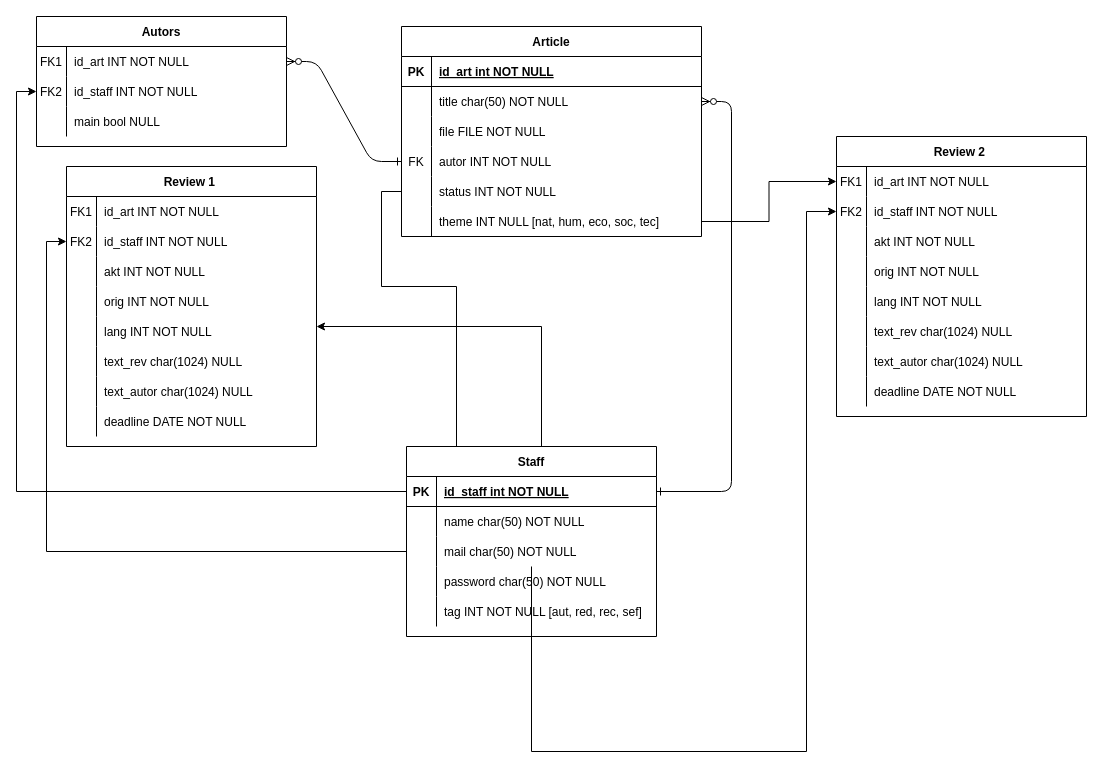
Before: diagrams/ER-DB.drawio in JKalina08/ssg_magazine, a draw.io diagram. Source tidied: cells renumbered, new cells numbered last; positions are measured from the earlier drawing's top-left corner, leaving out a move shared by most shapes. Both pictures are drawn from the tidied source at 100%, with x=0, y=0 at pixel (36, 16).
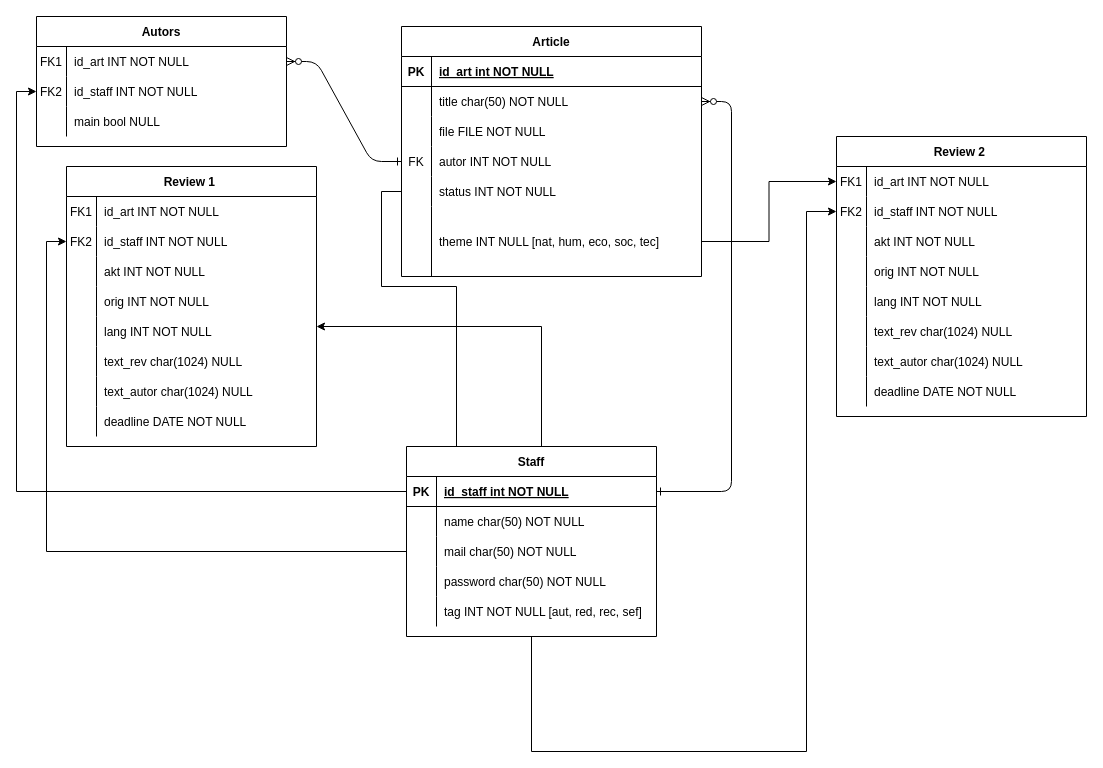
The same diagram, later.

Unchanged cells that the change refers to:
```xml
<mxCell id="63" style="shape=partialRectangle;fillColor=none;points=[[0,0.5],[1,0.5]];portConstraint=eastwest;top=0;left=0;right=0;bottom=0;" parent="59" vertex="1">
  <mxGeometry y="60" width="250" height="30" as="geometry" />
</mxCell>
<mxCell id="88" value="Staff" style="shape=table;startSize=30;childLayout=tableLayout;rowLines=0;fontStyle=1;align=center;" parent="1" vertex="1">
  <mxGeometry x="370" y="430" width="250" height="190" as="geometry" />
</mxCell>
<mxCell id="95" style="shape=partialRectangle;fillColor=none;points=[[0,0.5],[1,0.5]];portConstraint=eastwest;top=0;left=0;right=0;bottom=0;" parent="88" vertex="1">
  <mxGeometry y="90" width="250" height="30" as="geometry" />
</mxCell>
```

Diff of the diagram source:
```diff
@@
     <mxCell id="4" value="Article" style="shape=table;startSize=30;childLayout=tableLayout;rowLines=0;fontStyle=1;align=center;" parent="1" vertex="1">
-      <mxGeometry x="365" y="10" width="300" height="210" as="geometry" />
+      <mxGeometry x="365" y="10" width="300" height="250" as="geometry" />
     </mxCell>
@@
     <mxCell id="20" style="shape=partialRectangle;fillColor=none;points=[[0,0.5],[1,0.5]];portConstraint=eastwest;top=0;left=0;right=0;bottom=0;" parent="4" vertex="1">
-      <mxGeometry y="180" width="300" height="30" as="geometry" />
+      <mxGeometry y="180" width="300" height="70" as="geometry" />
     </mxCell>
     <mxCell id="21" style="shape=partialRectangle;overflow=hidden;fillColor=none;top=0;left=0;bottom=0;right=0;" parent="20" vertex="1">
-      <mxGeometry width="30" height="30" as="geometry" />
+      <mxGeometry width="30" height="70" as="geometry" />
     </mxCell>
     <mxCell id="22" value="theme INT NULL [nat, hum, eco, soc, tec]" style="shape=partialRectangle;overflow=hidden;fillColor=none;top=0;left=0;bottom=0;right=0;align=left;spacingLeft=6;" parent="20" vertex="1">
-      <mxGeometry x="30" width="270" height="30" as="geometry" />
+      <mxGeometry x="30" width="270" height="70" as="geometry" />
     </mxCell>
@@
-    <mxCell id="85" style="edgeStyle=orthogonalEdgeStyle;rounded=0;jettySize=auto;html=1;entryX=0;entryY=0.5;entryDx=0;entryDy=0;" parent="1" edge="1" source="95" target="63">
+    <mxCell id="85" style="edgeStyle=orthogonalEdgeStyle;rounded=0;jettySize=auto;html=1;entryX=0;entryY=0.5;entryDx=0;entryDy=0;exitX=0.5;exitY=1;exitDx=0;exitDy=0;" parent="1" edge="1" source="88" target="63">
       <mxGeometry relative="1" as="geometry">
         <Array as="points">
+          <mxPoint x="495" y="735" />
           <mxPoint x="770" y="735" />
           <mxPoint x="770" y="195" />
         </Array>
       </mxGeometry>
     </mxCell>
```
